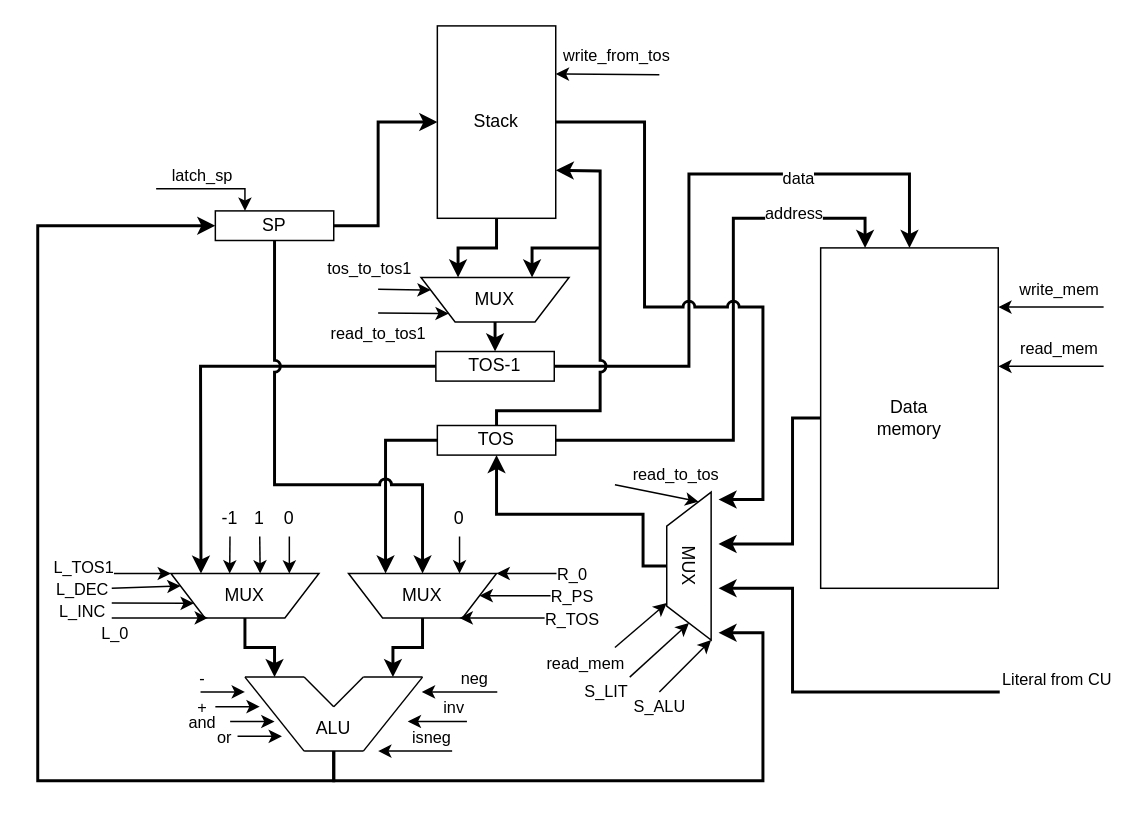
This is schemes/data-path.drawio from DiedCloud/csa-lab-3, a draw.io file, before an edit. Source tidied: cells renumbered, new cells numbered last; positions are measured from the earlier drawing's top-left corner, leaving out a move shared by most shapes. Both pictures are drawn from the tidied source at 148%, with x=0, y=0 at pixel (37, 25).
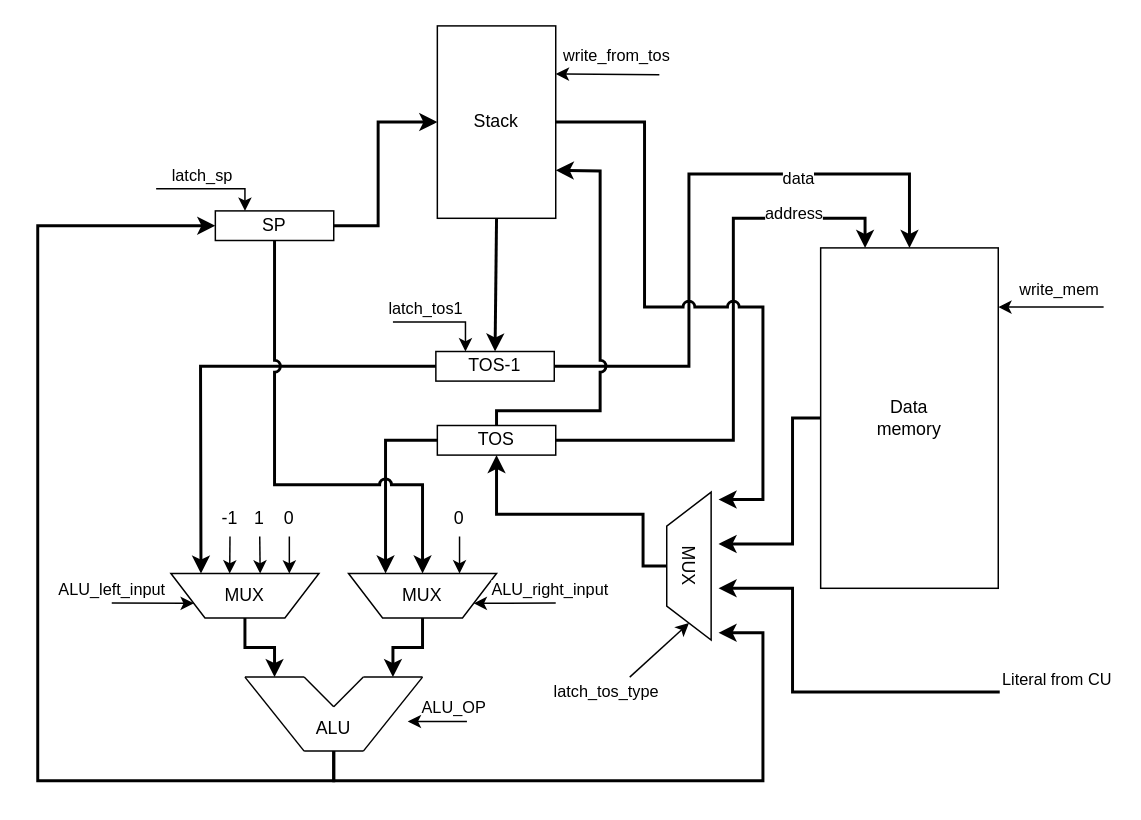
The same diagram, later.

Unchanged cells that the change refers to:
```xml
<mxCell id="2" value="MUX" style="verticalLabelPosition=middle;verticalAlign=middle;html=1;shape=trapezoid;perimeter=trapezoidPerimeter;whiteSpace=wrap;size=0.23;arcSize=10;flipV=1;labelPosition=center;align=center;rotation=90;" parent="1" vertex="1">
  <mxGeometry x="390" y="350" width="100" height="30" as="geometry" />
</mxCell>
<mxCell id="11" value="Stack" style="rounded=0;whiteSpace=wrap;html=1;" parent="1" vertex="1">
  <mxGeometry x="270" width="80" height="130" as="geometry" />
</mxCell>
<mxCell id="13" value="TOS-1" style="rounded=0;whiteSpace=wrap;html=1;" parent="1" vertex="1">
  <mxGeometry x="269" y="220" width="80" height="20" as="geometry" />
</mxCell>
<mxCell id="24" value="MUX" style="verticalLabelPosition=middle;verticalAlign=middle;html=1;shape=trapezoid;perimeter=trapezoidPerimeter;whiteSpace=wrap;size=0.23;arcSize=10;flipV=1;labelPosition=center;align=center;rotation=0;" parent="1" vertex="1">
  <mxGeometry x="90" y="370" width="100" height="30" as="geometry" />
</mxCell>
<mxCell id="30" value="MUX" style="verticalLabelPosition=middle;verticalAlign=middle;html=1;shape=trapezoid;perimeter=trapezoidPerimeter;whiteSpace=wrap;size=0.23;arcSize=10;flipV=1;labelPosition=center;align=center;rotation=0;" parent="1" vertex="1">
  <mxGeometry x="210" y="370" width="100" height="30" as="geometry" />
</mxCell>
<mxCell id="47" style="endArrow=classic;html=1;rounded=0;strokeWidth=1;entryX=0;entryY=0.75;entryDx=0;entryDy=0;" parent="1" edge="1" target="24">
  <mxGeometry relative="1" as="geometry">
    <mxPoint x="50" y="390" as="sourcePoint" />
  </mxGeometry>
</mxCell>
<mxCell id="57" style="endArrow=classic;html=1;rounded=0;strokeWidth=1;entryX=1;entryY=0.5;entryDx=0;entryDy=0;" parent="1" edge="1" target="2">
  <mxGeometry relative="1" as="geometry">
    <mxPoint x="400" y="440" as="sourcePoint" />
  </mxGeometry>
</mxCell>
<mxCell id="76" style="endArrow=classic;html=1;rounded=0;strokeWidth=1;" parent="1" edge="1">
  <mxGeometry relative="1" as="geometry">
    <mxPoint x="290" y="470" as="sourcePoint" />
    <mxPoint x="250" y="470" as="targetPoint" />
  </mxGeometry>
</mxCell>
```

The edit, as a diff of the source:
```diff
@@
-    <mxCell id="41" style="endArrow=classic;html=1;rounded=0;strokeWidth=1;entryX=0.75;entryY=1;entryDx=0;entryDy=0;" parent="1" edge="1" target="30">
-      <mxGeometry relative="1" as="geometry">
-        <mxPoint x="350" y="400" as="sourcePoint" />
-      </mxGeometry>
-    </mxCell>
-    <mxCell id="42" value="R_TOS" style="edgeLabel;html=1;align=center;verticalAlign=middle;" parent="41" vertex="1">
-      <mxGeometry relative="1" as="geometry">
-        <mxPoint x="43" as="offset" />
-      </mxGeometry>
-    </mxCell>
-    <mxCell id="43" style="endArrow=classic;html=1;rounded=0;strokeWidth=1;entryX=1;entryY=0.5;entryDx=0;entryDy=0;" parent="1" edge="1" target="30">
+    <mxCell id="43" style="endArrow=classic;html=1;rounded=0;strokeWidth=1;entryX=1;entryY=0.75;entryDx=0;entryDy=0;" parent="1" edge="1" target="30">
       <mxGeometry relative="1" as="geometry">
-        <mxPoint x="360" y="385" as="sourcePoint" />
+        <mxPoint x="350" y="390" as="sourcePoint" />
       </mxGeometry>
     </mxCell>
-    <mxCell id="44" value="R_PS" style="edgeLabel;html=1;align=center;verticalAlign=middle;" parent="43" vertex="1">
+    <mxCell id="44" value="ALU_right_input" style="edgeLabel;html=1;align=center;verticalAlign=middle;" parent="43" vertex="1">
       <mxGeometry relative="1" as="geometry">
-        <mxPoint x="31" as="offset" />
+        <mxPoint x="23" y="-10" as="offset" />
       </mxGeometry>
     </mxCell>
-    <mxCell id="45" style="endArrow=classic;html=1;rounded=0;strokeWidth=1;entryX=1;entryY=0;entryDx=0;entryDy=0;" parent="1" edge="1" target="30">
-      <mxGeometry relative="1" as="geometry">
-        <mxPoint x="370" y="370" as="sourcePoint" />
-      </mxGeometry>
-    </mxCell>
-    <mxCell id="46" value="R_0" style="edgeLabel;html=1;align=center;verticalAlign=middle;" parent="45" vertex="1">
-      <mxGeometry relative="1" as="geometry">
-        <mxPoint x="20" as="offset" />
-      </mxGeometry>
-    </mxCell>
@@
-    <mxCell id="48" value="L_INC" style="edgeLabel;html=1;align=center;verticalAlign=middle;" parent="47" vertex="1">
+    <mxCell id="48" value="ALU_left_input" style="edgeLabel;html=1;align=center;verticalAlign=middle;" parent="47" vertex="1">
       <mxGeometry relative="1" as="geometry">
-        <mxPoint x="-48" y="5" as="offset" />
+        <mxPoint x="-28" y="-10" as="offset" />
       </mxGeometry>
     </mxCell>
-    <mxCell id="49" style="endArrow=classic;html=1;rounded=0;strokeWidth=1;entryX=0;entryY=0.25;entryDx=0;entryDy=0;" parent="1" edge="1" target="24">
-      <mxGeometry relative="1" as="geometry">
-        <mxPoint x="50" y="380" as="sourcePoint" />
-      </mxGeometry>
-    </mxCell>
-    <mxCell id="50" value="L_DEC" style="edgeLabel;html=1;align=center;verticalAlign=middle;" parent="49" vertex="1">
-      <mxGeometry relative="1" as="geometry">
-        <mxPoint x="-43" y="1" as="offset" />
-      </mxGeometry>
-    </mxCell>
-    <mxCell id="51" style="endArrow=classic;html=1;rounded=0;strokeWidth=1;entryX=0;entryY=0;entryDx=0;entryDy=0;" parent="1" edge="1" target="24">
-      <mxGeometry relative="1" as="geometry">
-        <mxPoint x="50" y="370" as="sourcePoint" />
-      </mxGeometry>
-    </mxCell>
-    <mxCell id="52" value="L_TOS1" style="edgeLabel;html=1;align=center;verticalAlign=middle;" parent="51" vertex="1">
-      <mxGeometry relative="1" as="geometry">
-        <mxPoint x="-40" y="-5" as="offset" />
-      </mxGeometry>
-    </mxCell>
-    <mxCell id="53" style="endArrow=classic;html=1;rounded=0;strokeWidth=1;entryX=0.25;entryY=1;entryDx=0;entryDy=0;" parent="1" edge="1" target="24">
-      <mxGeometry relative="1" as="geometry">
-        <mxPoint x="50" y="400" as="sourcePoint" />
-      </mxGeometry>
-    </mxCell>
-    <mxCell id="54" value="L_0" style="edgeLabel;html=1;align=center;verticalAlign=middle;" parent="53" vertex="1">
-      <mxGeometry relative="1" as="geometry">
-        <mxPoint x="-32" y="10" as="offset" />
-      </mxGeometry>
-    </mxCell>
-    <mxCell id="55" style="endArrow=classic;html=1;rounded=0;strokeWidth=1;entryX=0.75;entryY=1;entryDx=0;entryDy=0;" parent="1" edge="1" target="2">
-      <mxGeometry relative="1" as="geometry">
-        <mxPoint x="390" y="420" as="sourcePoint" />
-      </mxGeometry>
-    </mxCell>
-    <mxCell id="56" value="read_mem" style="edgeLabel;html=1;align=center;verticalAlign=middle;" parent="55" vertex="1">
-      <mxGeometry relative="1" as="geometry">
-        <mxPoint x="-38" y="25" as="offset" />
-      </mxGeometry>
-    </mxCell>
@@
-    <mxCell id="58" value="S_LIT" style="edgeLabel;html=1;align=center;verticalAlign=middle;" parent="57" vertex="1">
+    <mxCell id="58" value="latch_tos_type" style="edgeLabel;html=1;align=center;verticalAlign=middle;" parent="57" vertex="1">
       <mxGeometry relative="1" as="geometry">
         <mxPoint x="-36" y="28" as="offset" />
       </mxGeometry>
     </mxCell>
@@
-    <mxCell id="63" style="endArrow=classic;html=1;rounded=0;strokeWidth=1;entryX=0;entryY=0.25;entryDx=0;entryDy=0;" parent="1" edge="1" target="2">
-      <mxGeometry relative="1" as="geometry">
-        <mxPoint x="390" y="310" as="sourcePoint" />
-      </mxGeometry>
-    </mxCell>
-    <mxCell id="64" value="read_to_tos" style="edgeLabel;html=1;align=center;verticalAlign=middle;" parent="63" vertex="1">
-      <mxGeometry relative="1" as="geometry">
-        <mxPoint x="12" y="-13" as="offset" />
-      </mxGeometry>
-    </mxCell>
@@
-    <mxCell id="67" style="endArrow=classic;html=1;rounded=0;strokeWidth=1;entryX=0.998;entryY=0.3;entryDx=0;entryDy=0;entryPerimeter=0;" parent="1" edge="1">
-      <mxGeometry relative="1" as="geometry">
-        <mxPoint x="720.2" y="230" as="sourcePoint" />
-        <mxPoint x="649" y="230" as="targetPoint" />
-      </mxGeometry>
-    </mxCell>
-    <mxCell id="68" value="read_mem" style="edgeLabel;html=1;align=center;verticalAlign=middle;" parent="67" vertex="1">
-      <mxGeometry relative="1" as="geometry">
-        <mxPoint x="5" y="-13" as="offset" />
-      </mxGeometry>
-    </mxCell>
-    <mxCell id="69" style="endArrow=classic;html=1;rounded=0;exitX=0.5;exitY=1;exitDx=0;exitDy=0;strokeWidth=2;entryX=0.25;entryY=0;entryDx=0;entryDy=0;" parent="1" edge="1" source="11" target="89">
-      <mxGeometry relative="1" as="geometry">
-        <Array as="points">
-          <mxPoint x="310" y="150" />
-          <mxPoint x="284" y="150" />
-        </Array>
-      </mxGeometry>
+    <mxCell id="69" style="endArrow=classic;html=1;rounded=0;exitX=0.5;exitY=1;exitDx=0;exitDy=0;strokeWidth=2;entryX=0.5;entryY=0;entryDx=0;entryDy=0;" parent="1" edge="1" source="11" target="13">
+      <mxGeometry relative="1" as="geometry" />
     </mxCell>
-    <mxCell id="70" style="endArrow=classic;html=1;rounded=0;strokeWidth=1;entryX=0;entryY=1;entryDx=0;entryDy=0;" parent="1" edge="1" target="89">
-      <mxGeometry relative="1" as="geometry">
-        <mxPoint x="230" y="194" as="sourcePoint" />
-      </mxGeometry>
-    </mxCell>
-    <mxCell id="71" value="read_to_tos1" style="edgeLabel;html=1;align=center;verticalAlign=middle;" parent="70" vertex="1">
-      <mxGeometry relative="1" as="geometry">
-        <mxPoint x="-24" y="13" as="offset" />
-      </mxGeometry>
-    </mxCell>
@@
-    <mxCell id="74" style="endArrow=classic;html=1;rounded=0;strokeWidth=1;entryX=1;entryY=0;entryDx=0;entryDy=0;" parent="1" edge="1" target="2">
-      <mxGeometry relative="1" as="geometry">
-        <mxPoint x="420" y="450" as="sourcePoint" />
-      </mxGeometry>
-    </mxCell>
-    <mxCell id="75" value="S_ALU" style="edgeLabel;html=1;align=center;verticalAlign=middle;" parent="74" vertex="1">
-      <mxGeometry x="-0.5" y="-2" relative="1" as="geometry">
-        <mxPoint x="-10" y="17" as="offset" />
-      </mxGeometry>
-    </mxCell>
@@
-    <mxCell id="77" value="inv" style="edgeLabel;html=1;align=center;verticalAlign=middle;" parent="76" vertex="1">
+    <mxCell id="77" value="ALU_OP" style="edgeLabel;html=1;align=center;verticalAlign=middle;" parent="76" vertex="1">
       <mxGeometry relative="1" as="geometry">
         <mxPoint x="10" y="-10" as="offset" />
       </mxGeometry>
     </mxCell>
-    <mxCell id="78" style="endArrow=classic;html=1;rounded=0;strokeWidth=1;" parent="1" edge="1">
-      <mxGeometry relative="1" as="geometry">
-        <mxPoint x="120" y="460" as="sourcePoint" />
-        <mxPoint x="150" y="460" as="targetPoint" />
-      </mxGeometry>
-    </mxCell>
-    <mxCell id="79" value="+" style="edgeLabel;html=1;align=center;verticalAlign=middle;" parent="78" vertex="1">
-      <mxGeometry relative="1" as="geometry">
-        <mxPoint x="-25" as="offset" />
-      </mxGeometry>
-    </mxCell>
-    <mxCell id="80" style="endArrow=classic;html=1;rounded=0;strokeWidth=1;" parent="1" edge="1">
-      <mxGeometry relative="1" as="geometry">
-        <mxPoint x="130" y="470" as="sourcePoint" />
-        <mxPoint x="160" y="470" as="targetPoint" />
-      </mxGeometry>
-    </mxCell>
-    <mxCell id="81" value="and" style="edgeLabel;html=1;align=center;verticalAlign=middle;" parent="80" vertex="1">
-      <mxGeometry relative="1" as="geometry">
-        <mxPoint x="-35" as="offset" />
-      </mxGeometry>
-    </mxCell>
-    <mxCell id="82" style="endArrow=classic;html=1;rounded=0;strokeWidth=1;" parent="1" edge="1">
-      <mxGeometry relative="1" as="geometry">
-        <mxPoint x="135" y="480" as="sourcePoint" />
-        <mxPoint x="165" y="480" as="targetPoint" />
-      </mxGeometry>
-    </mxCell>
-    <mxCell id="83" value="or" style="edgeLabel;html=1;align=center;verticalAlign=middle;" parent="82" vertex="1">
-      <mxGeometry relative="1" as="geometry">
-        <mxPoint x="-25" as="offset" />
-      </mxGeometry>
-    </mxCell>
-    <mxCell id="84" style="endArrow=classic;html=1;rounded=0;strokeWidth=1;" parent="1" edge="1">
-      <mxGeometry relative="1" as="geometry">
-        <mxPoint x="110" y="450" as="sourcePoint" />
-        <mxPoint x="140" y="450" as="targetPoint" />
-      </mxGeometry>
-    </mxCell>
-    <mxCell id="85" value="-" style="edgeLabel;html=1;align=center;verticalAlign=middle;" parent="84" vertex="1">
-      <mxGeometry relative="1" as="geometry">
-        <mxPoint x="-15" y="-10" as="offset" />
-      </mxGeometry>
-    </mxCell>
-    <mxCell id="86" style="endArrow=classic;html=1;rounded=0;strokeWidth=1;" parent="1" edge="1">
-      <mxGeometry relative="1" as="geometry">
-        <mxPoint x="280" y="490" as="sourcePoint" />
-        <mxPoint x="230" y="490" as="targetPoint" />
-      </mxGeometry>
-    </mxCell>
-    <mxCell id="87" value="isneg" style="edgeLabel;html=1;align=center;verticalAlign=middle;" parent="86" vertex="1">
-      <mxGeometry relative="1" as="geometry">
-        <mxPoint x="10" y="-10" as="offset" />
-      </mxGeometry>
-    </mxCell>
-    <mxCell id="88" style="endArrow=classic;html=1;rounded=0;exitX=0.5;exitY=1;exitDx=0;exitDy=0;entryX=0.5;entryY=0;entryDx=0;entryDy=0;strokeWidth=2;" parent="1" edge="1" source="89" target="13">
-      <mxGeometry relative="1" as="geometry" />
-    </mxCell>
-    <mxCell id="89" value="MUX" style="verticalLabelPosition=middle;verticalAlign=middle;html=1;shape=trapezoid;perimeter=trapezoidPerimeter;whiteSpace=wrap;size=0.23;arcSize=10;flipV=1;labelPosition=center;align=center;rotation=0;" parent="1" vertex="1">
-      <mxGeometry x="259" y="170" width="100" height="30" as="geometry" />
-    </mxCell>
-    <mxCell id="90" style="endArrow=classic;html=1;rounded=0;strokeWidth=2;entryX=0.75;entryY=0;entryDx=0;entryDy=0;" parent="1" edge="1" target="89">
-      <mxGeometry relative="1" as="geometry">
-        <mxPoint x="380" y="150" as="sourcePoint" />
-        <Array as="points">
-          <mxPoint x="334" y="150" />
-        </Array>
-      </mxGeometry>
-    </mxCell>
@@
-    <mxCell id="92" style="endArrow=classic;html=1;rounded=0;strokeWidth=1;entryX=0;entryY=0.25;entryDx=0;entryDy=0;" parent="1" edge="1" target="89">
+    <mxCell id="92" style="endArrow=classic;html=1;rounded=0;strokeWidth=1;entryX=0.25;entryY=0;entryDx=0;entryDy=0;" parent="1" edge="1" target="13">
       <mxGeometry relative="1" as="geometry">
-        <mxPoint x="230" y="178" as="sourcePoint" />
+        <mxPoint x="240" y="200" as="sourcePoint" />
+        <Array as="points">
+          <mxPoint x="289" y="200" />
+        </Array>
       </mxGeometry>
     </mxCell>
-    <mxCell id="93" value="tos_to_tos1" style="edgeLabel;html=1;align=center;verticalAlign=middle;" parent="92" vertex="1">
+    <mxCell id="93" value="latch_tos1" style="edgeLabel;html=1;align=center;verticalAlign=middle;" parent="92" vertex="1">
       <mxGeometry relative="1" as="geometry">
-        <mxPoint x="-24" y="-15" as="offset" />
+        <mxPoint x="-14" y="-10" as="offset" />
       </mxGeometry>
     </mxCell>
-    <mxCell id="94" style="endArrow=classic;html=1;rounded=0;strokeWidth=1;" parent="1" edge="1">
-      <mxGeometry relative="1" as="geometry">
-        <mxPoint x="310.5" y="450" as="sourcePoint" />
-        <mxPoint x="259.5" y="450" as="targetPoint" />
-      </mxGeometry>
-    </mxCell>
-    <mxCell id="95" value="neg" style="edgeLabel;html=1;align=center;verticalAlign=middle;" parent="94" vertex="1">
-      <mxGeometry relative="1" as="geometry">
-        <mxPoint x="10" y="-10" as="offset" />
-      </mxGeometry>
-    </mxCell>
```
